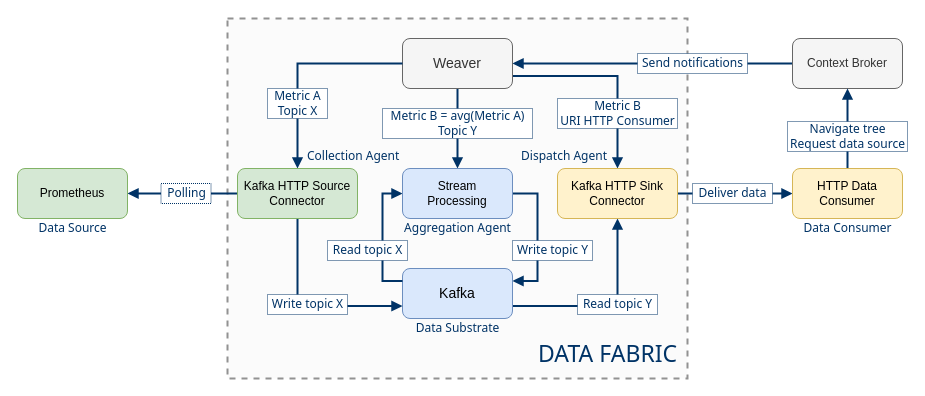
The draw.io diagram page "data fabric" (5 of 6) of docs/semantic aggregator.drawio in giros-dit/semantic-data-aggregator, before the edit. Source tidied: cells renumbered, new cells numbered last; positions are measured from the earlier drawing's top-left corner, leaving out a move shared by most shapes. Both pictures are drawn from the tidied source at 100%, with x=0, y=0 at pixel (17, 18).
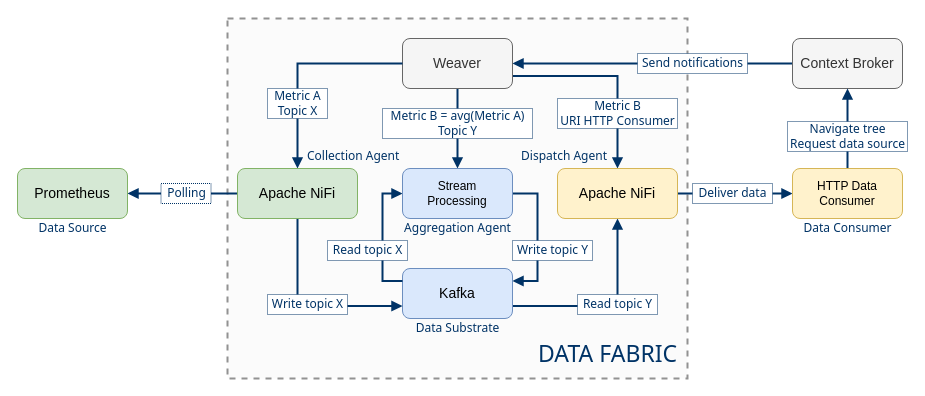
The same diagram, later.

Commit message (it also covers changes not shown here):
[S-8] Update figures with NiFi

Diff of the diagram source:
```diff
@@
-    <mxCell id="4" value="Prometheus" style="rounded=1;whiteSpace=wrap;html=1;fontFamily=Helvetica;fillColor=#d5e8d4;strokeColor=#82b366;" parent="1" vertex="1">
+    <mxCell id="4" value="Prometheus" style="rounded=1;whiteSpace=wrap;html=1;fontFamily=Helvetica;fillColor=#d5e8d4;strokeColor=#82b366;fontSize=14;" parent="1" vertex="1">
       <mxGeometry y="150" width="110" height="50" as="geometry" />
     </mxCell>
@@
-    <mxCell id="13" value="Context Broker" style="rounded=1;whiteSpace=wrap;html=1;fontFamily=Helvetica;fillColor=#f5f5f5;strokeColor=#666666;fontColor=#333333;" parent="1" vertex="1">
+    <mxCell id="13" value="Context Broker" style="rounded=1;whiteSpace=wrap;html=1;fontFamily=Helvetica;fillColor=#f5f5f5;strokeColor=#666666;fontColor=#333333;fontSize=14;" parent="1" vertex="1">
       <mxGeometry x="775" y="20" width="110" height="50" as="geometry" />
     </mxCell>
@@
-    <mxCell id="18" value="Kafka HTTP Source Connector" style="rounded=1;whiteSpace=wrap;html=1;fontFamily=Helvetica;fillColor=#d5e8d4;strokeColor=#82b366;" parent="1" vertex="1">
+    <mxCell id="18" value="Apache NiFi" style="rounded=1;whiteSpace=wrap;html=1;fontFamily=Helvetica;fillColor=#d5e8d4;strokeColor=#82b366;fontSize=14;" parent="1" vertex="1">
       <mxGeometry x="220" y="150" width="120" height="50" as="geometry" />
     </mxCell>
@@
-    <mxCell id="23" value="Kafka HTTP Sink Connector" style="rounded=1;whiteSpace=wrap;html=1;fontFamily=Helvetica;fillColor=#fff2cc;strokeColor=#d6b656;" parent="1" vertex="1">
+    <mxCell id="23" value="Apache NiFi" style="rounded=1;whiteSpace=wrap;html=1;fontFamily=Helvetica;fillColor=#fff2cc;strokeColor=#d6b656;fontSize=14;" parent="1" vertex="1">
       <mxGeometry x="540" y="150" width="120" height="50" as="geometry" />
     </mxCell>
```
